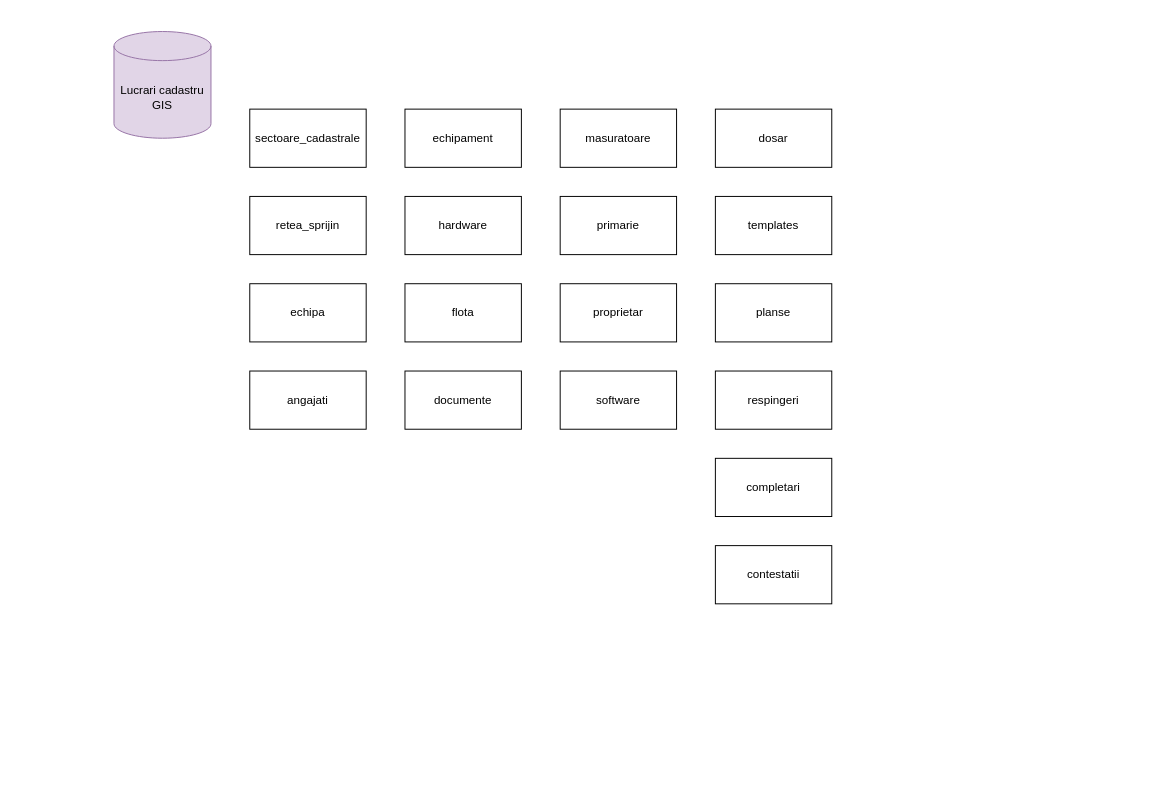
Above: page "Page-1" (1 of 2) of mode_abstract.drawio in karinaaa152/modelare_db (draw.io), before the change. Source tidied: cells renumbered, new cells numbered last; positions are measured from the earlier drawing's top-left corner, leaving out a move shared by most shapes. Both pictures are drawn from the tidied source at 97%, with x=0, y=0 at pixel (113, 31).
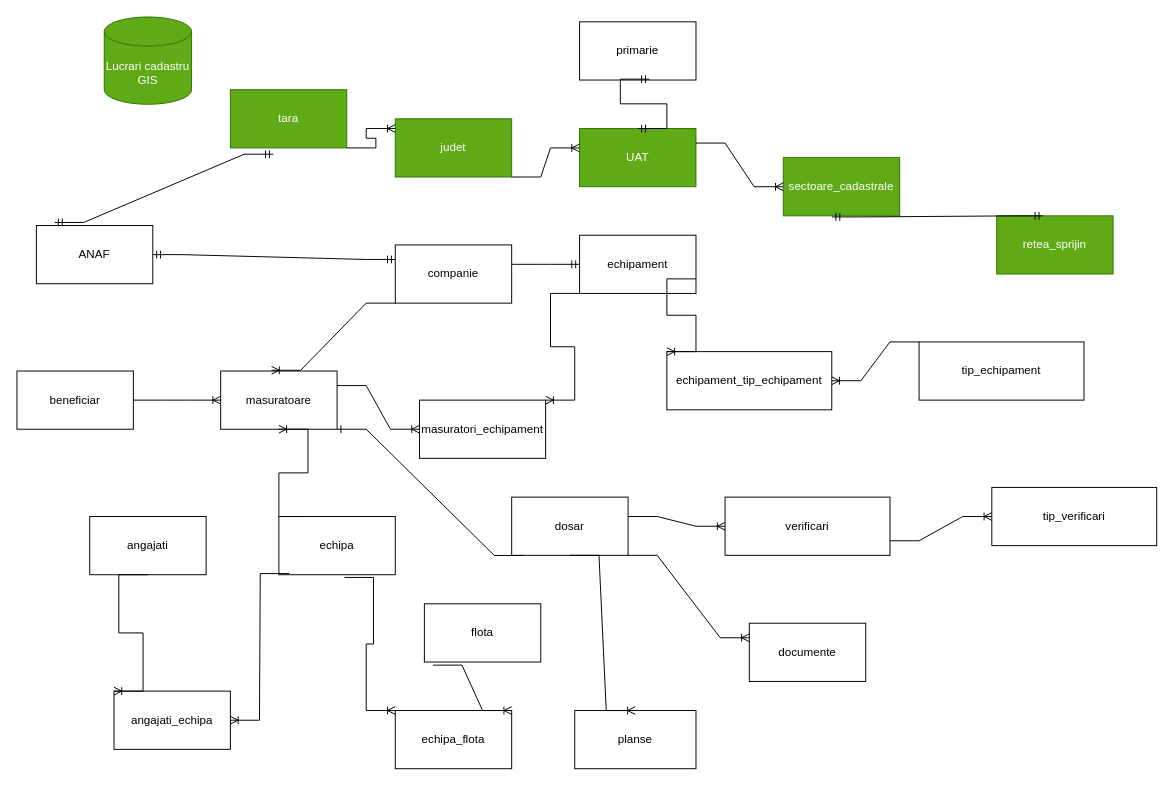
Above is the later version.

What changed in the source:
```diff
@@
-    <mxCell id="2" value="Lucrari cadastru&lt;br&gt;GIS" style="shape=cylinder3;whiteSpace=wrap;html=1;boundedLbl=1;backgroundOutline=1;size=15;fillColor=#e1d5e7;strokeColor=#9673a6;" parent="1" vertex="1">
-      <mxGeometry width="100" height="110" as="geometry" />
+    <mxCell id="2" value="Lucrari cadastru&lt;br&gt;GIS" style="shape=cylinder3;whiteSpace=wrap;html=1;boundedLbl=1;backgroundOutline=1;size=15;fillColor=#60a917;strokeColor=#2D7600;fontColor=#ffffff;" parent="1" vertex="1">
+      <mxGeometry x="-10" y="-15" width="90" height="90" as="geometry" />
     </mxCell>
-    <mxCell id="3" value="sectoare_cadastrale" style="rounded=0;whiteSpace=wrap;html=1;" parent="1" vertex="1">
-      <mxGeometry x="140" y="80" width="120" height="60" as="geometry" />
+    <mxCell id="3" value="sectoare_cadastrale" style="rounded=0;whiteSpace=wrap;html=1;fillColor=#60a917;strokeColor=#2D7600;fontColor=#ffffff;" parent="1" vertex="1">
+      <mxGeometry x="690" y="130" width="120" height="60" as="geometry" />
     </mxCell>
-    <mxCell id="4" value="retea_sprijin" style="rounded=0;whiteSpace=wrap;html=1;" parent="1" vertex="1">
-      <mxGeometry x="140" y="170" width="120" height="60" as="geometry" />
+    <mxCell id="4" value="retea_sprijin" style="rounded=0;whiteSpace=wrap;html=1;fillColor=#60a917;fontColor=#ffffff;strokeColor=#2D7600;" parent="1" vertex="1">
+      <mxGeometry x="910" y="190" width="120" height="60" as="geometry" />
     </mxCell>
     <mxCell id="5" value="echipa" style="rounded=0;whiteSpace=wrap;html=1;" parent="1" vertex="1">
-      <mxGeometry x="140" y="260" width="120" height="60" as="geometry" />
+      <mxGeometry x="170" y="500" width="120" height="60" as="geometry" />
     </mxCell>
-    <mxCell id="6" value="angajati" style="rounded=0;whiteSpace=wrap;html=1;" parent="1" vertex="1">
-      <mxGeometry x="140" y="350" width="120" height="60" as="geometry" />
-    </mxCell>
     <mxCell id="7" value="echipament" style="rounded=0;whiteSpace=wrap;html=1;" parent="1" vertex="1">
-      <mxGeometry x="300" y="80" width="120" height="60" as="geometry" />
+      <mxGeometry x="480" y="210" width="120" height="60" as="geometry" />
     </mxCell>
-    <mxCell id="8" value="hardware" style="rounded=0;whiteSpace=wrap;html=1;" parent="1" vertex="1">
-      <mxGeometry x="300" y="170" width="120" height="60" as="geometry" />
-    </mxCell>
     <mxCell id="9" value="flota" style="rounded=0;whiteSpace=wrap;html=1;" parent="1" vertex="1">
-      <mxGeometry x="300" y="260" width="120" height="60" as="geometry" />
+      <mxGeometry x="320" y="590" width="120" height="60" as="geometry" />
     </mxCell>
     <mxCell id="10" value="documente" style="rounded=0;whiteSpace=wrap;html=1;" parent="1" vertex="1">
-      <mxGeometry x="300" y="350" width="120" height="60" as="geometry" />
+      <mxGeometry x="655" y="610" width="120" height="60" as="geometry" />
     </mxCell>
     <mxCell id="11" value="masuratoare" style="rounded=0;whiteSpace=wrap;html=1;" parent="1" vertex="1">
-      <mxGeometry x="460" y="80" width="120" height="60" as="geometry" />
+      <mxGeometry x="110" y="350" width="120" height="60" as="geometry" />
     </mxCell>
-    <mxCell id="12" value="proprietar" style="rounded=0;whiteSpace=wrap;html=1;" parent="1" vertex="1">
-      <mxGeometry x="460" y="260" width="120" height="60" as="geometry" />
-    </mxCell>
     <mxCell id="13" value="primarie" style="rounded=0;whiteSpace=wrap;html=1;" parent="1" vertex="1">
-      <mxGeometry x="460" y="170" width="120" height="60" as="geometry" />
+      <mxGeometry x="480" y="-10" width="120" height="60" as="geometry" />
     </mxCell>
-    <mxCell id="14" value="software" style="rounded=0;whiteSpace=wrap;html=1;" parent="1" vertex="1">
-      <mxGeometry x="460" y="350" width="120" height="60" as="geometry" />
-    </mxCell>
     <mxCell id="15" value="dosar" style="rounded=0;whiteSpace=wrap;html=1;" parent="1" vertex="1">
-      <mxGeometry x="620" y="80" width="120" height="60" as="geometry" />
+      <mxGeometry x="410" y="480" width="120" height="60" as="geometry" />
     </mxCell>
-    <mxCell id="16" value="templates" style="rounded=0;whiteSpace=wrap;html=1;" parent="1" vertex="1">
-      <mxGeometry x="620" y="170" width="120" height="60" as="geometry" />
+    <mxCell id="16" value="angajati" style="rounded=0;whiteSpace=wrap;html=1;" parent="1" vertex="1">
+      <mxGeometry x="-25" y="500" width="120" height="60" as="geometry" />
     </mxCell>
     <mxCell id="17" value="planse" style="rounded=0;whiteSpace=wrap;html=1;" parent="1" vertex="1">
-      <mxGeometry x="620" y="260" width="120" height="60" as="geometry" />
+      <mxGeometry x="475" y="700" width="125" height="60" as="geometry" />
     </mxCell>
-    <mxCell id="18" value="respingeri" style="rounded=0;whiteSpace=wrap;html=1;" parent="1" vertex="1">
-      <mxGeometry x="620" y="350" width="120" height="60" as="geometry" />
-    </mxCell>
-    <mxCell id="19" value="completari" style="rounded=0;whiteSpace=wrap;html=1;" parent="1" vertex="1">
-      <mxGeometry x="620" y="440" width="120" height="60" as="geometry" />
-    </mxCell>
-    <mxCell id="20" value="contestatii" style="rounded=0;whiteSpace=wrap;html=1;" parent="1" vertex="1">
-      <mxGeometry x="620" y="530" width="120" height="60" as="geometry" />
-    </mxCell>
+    <mxCell id="21" value="UAT" style="rounded=0;whiteSpace=wrap;html=1;fillColor=#60a917;fontColor=#ffffff;strokeColor=#2D7600;" parent="1" vertex="1">
+      <mxGeometry x="480" y="100" width="120" height="60" as="geometry" />
+    </mxCell>
+    <mxCell id="22" value="judet" style="rounded=0;whiteSpace=wrap;html=1;fillColor=#60a917;fontColor=#ffffff;strokeColor=#2D7600;" parent="1" vertex="1">
+      <mxGeometry x="290" y="90" width="120" height="60" as="geometry" />
+    </mxCell>
+    <mxCell id="23" value="tara" style="rounded=0;whiteSpace=wrap;html=1;fillColor=#60a917;fontColor=#ffffff;strokeColor=#2D7600;" parent="1" vertex="1">
+      <mxGeometry x="120" y="60" width="120" height="60" as="geometry" />
+    </mxCell>
+    <mxCell id="24" style="edgeStyle=entityRelationEdgeStyle;fontSize=12;html=1;endArrow=ERoneToMany;rounded=0;exitX=1;exitY=1;exitDx=0;exitDy=0;" parent="1" edge="1" source="23">
+      <mxGeometry relative="1" as="geometry">
+        <mxPoint x="290" y="100" as="targetPoint" />
+        <Array as="points">
+          <mxPoint x="100" y="-20" />
+        </Array>
+      </mxGeometry>
+    </mxCell>
+    <mxCell id="25" style="edgeStyle=entityRelationEdgeStyle;fontSize=12;html=1;endArrow=ERoneToMany;rounded=0;exitX=1;exitY=1;exitDx=0;exitDy=0;" parent="1" edge="1" source="22">
+      <mxGeometry relative="1" as="geometry">
+        <mxPoint x="480" y="120" as="targetPoint" />
+        <Array as="points">
+          <mxPoint x="460" y="60" />
+        </Array>
+      </mxGeometry>
+    </mxCell>
+    <mxCell id="26" style="edgeStyle=entityRelationEdgeStyle;fontSize=12;html=1;endArrow=ERoneToMany;rounded=0;exitX=1;exitY=0.25;exitDx=0;exitDy=0;" parent="1" edge="1" source="21">
+      <mxGeometry relative="1" as="geometry">
+        <mxPoint x="690" y="160" as="targetPoint" />
+        <Array as="points">
+          <mxPoint x="850" y="140" />
+          <mxPoint x="850" y="130" />
+        </Array>
+      </mxGeometry>
+    </mxCell>
+    <mxCell id="27" value="companie" style="rounded=0;whiteSpace=wrap;html=1;" parent="1" vertex="1">
+      <mxGeometry x="290" y="220" width="120" height="60" as="geometry" />
+    </mxCell>
+    <mxCell id="28" value="ANAF" style="rounded=0;whiteSpace=wrap;html=1;" parent="1" vertex="1">
+      <mxGeometry x="-80" y="200" width="120" height="60" as="geometry" />
+    </mxCell>
+    <mxCell id="29" style="edgeStyle=entityRelationEdgeStyle;fontSize=12;html=1;endArrow=ERmandOne;rounded=0;entryX=0;entryY=0.5;entryDx=0;entryDy=0;" parent="1" edge="1" target="7">
+      <mxGeometry relative="1" as="geometry">
+        <mxPoint x="410" y="240" as="sourcePoint" />
+        <Array as="points">
+          <mxPoint x="460" y="240" />
+          <mxPoint x="450" y="250" />
+        </Array>
+      </mxGeometry>
+    </mxCell>
+    <mxCell id="30" style="edgeStyle=entityRelationEdgeStyle;fontSize=12;html=1;endArrow=ERoneToMany;rounded=0;entryX=0.437;entryY=-0.013;entryDx=0;entryDy=0;entryPerimeter=0;exitX=0;exitY=1;exitDx=0;exitDy=0;" parent="1" edge="1" source="27" target="11">
+      <mxGeometry relative="1" as="geometry" />
+    </mxCell>
+    <mxCell id="31" value="masuratori_echipament" style="rounded=0;whiteSpace=wrap;html=1;" parent="1" vertex="1">
+      <mxGeometry x="315" y="380" width="130" height="60" as="geometry" />
+    </mxCell>
+    <mxCell id="32" style="edgeStyle=entityRelationEdgeStyle;fontSize=12;html=1;endArrow=ERoneToMany;rounded=0;entryX=0;entryY=0.5;entryDx=0;entryDy=0;exitX=1;exitY=0.25;exitDx=0;exitDy=0;" parent="1" edge="1" source="11" target="31">
+      <mxGeometry relative="1" as="geometry" />
+    </mxCell>
+    <mxCell id="33" style="edgeStyle=entityRelationEdgeStyle;fontSize=12;html=1;endArrow=ERoneToMany;rounded=0;entryX=1;entryY=0;entryDx=0;entryDy=0;exitX=0;exitY=1;exitDx=0;exitDy=0;" parent="1" edge="1" source="7" target="31">
+      <mxGeometry relative="1" as="geometry">
+        <Array as="points">
+          <mxPoint x="420" y="340" />
+          <mxPoint x="420" y="340" />
+        </Array>
+      </mxGeometry>
+    </mxCell>
+    <mxCell id="34" value="angajati_echipa" style="rounded=0;whiteSpace=wrap;html=1;" parent="1" vertex="1">
+      <mxGeometry y="680" width="120" height="60" as="geometry" />
+    </mxCell>
+    <mxCell id="35" style="edgeStyle=entityRelationEdgeStyle;fontSize=12;html=1;endArrow=ERoneToMany;rounded=0;entryX=0.5;entryY=1;entryDx=0;entryDy=0;exitX=0.25;exitY=0;exitDx=0;exitDy=0;" parent="1" edge="1" source="5" target="11">
+      <mxGeometry relative="1" as="geometry" />
+    </mxCell>
+    <mxCell id="36" style="edgeStyle=entityRelationEdgeStyle;fontSize=12;html=1;endArrow=ERoneToMany;rounded=0;exitX=0.5;exitY=1;exitDx=0;exitDy=0;entryX=0;entryY=0;entryDx=0;entryDy=0;" parent="1" edge="1" source="16" target="34">
+      <mxGeometry relative="1" as="geometry" />
+    </mxCell>
+    <mxCell id="37" style="edgeStyle=entityRelationEdgeStyle;fontSize=12;html=1;endArrow=ERoneToMany;rounded=0;exitX=0.09;exitY=0.98;exitDx=0;exitDy=0;exitPerimeter=0;entryX=1;entryY=0.5;entryDx=0;entryDy=0;" parent="1" edge="1" source="5" target="34">
+      <mxGeometry relative="1" as="geometry">
+        <Array as="points">
+          <mxPoint x="190" y="619" />
+        </Array>
+      </mxGeometry>
+    </mxCell>
+    <mxCell id="38" value="echipa_flota" style="rounded=0;whiteSpace=wrap;html=1;" parent="1" vertex="1">
+      <mxGeometry x="290" y="700" width="120" height="60" as="geometry" />
+    </mxCell>
+    <mxCell id="39" style="edgeStyle=entityRelationEdgeStyle;fontSize=12;html=1;endArrow=ERoneToMany;rounded=0;entryX=0;entryY=0;entryDx=0;entryDy=0;exitX=0.563;exitY=1.047;exitDx=0;exitDy=0;exitPerimeter=0;" parent="1" edge="1" source="5" target="38">
+      <mxGeometry relative="1" as="geometry" />
+    </mxCell>
+    <mxCell id="40" style="edgeStyle=entityRelationEdgeStyle;fontSize=12;html=1;endArrow=ERoneToMany;rounded=0;entryX=1;entryY=0;entryDx=0;entryDy=0;exitX=0.073;exitY=1.053;exitDx=0;exitDy=0;exitPerimeter=0;" parent="1" edge="1" source="9" target="38">
+      <mxGeometry relative="1" as="geometry" />
+    </mxCell>
+    <mxCell id="41" style="edgeStyle=entityRelationEdgeStyle;fontSize=12;html=1;endArrow=ERmandOne;startArrow=ERmandOne;rounded=0;entryX=0.419;entryY=1.019;entryDx=0;entryDy=0;entryPerimeter=0;exitX=0.397;exitY=0.001;exitDx=0;exitDy=0;exitPerimeter=0;" parent="1" edge="1" source="4" target="3">
+      <mxGeometry relative="1" as="geometry" />
+    </mxCell>
+    <mxCell id="42" style="edgeStyle=entityRelationEdgeStyle;fontSize=12;html=1;endArrow=ERmandOne;startArrow=ERmandOne;rounded=0;entryX=0.369;entryY=1.108;entryDx=0;entryDy=0;entryPerimeter=0;exitX=0.156;exitY=-0.052;exitDx=0;exitDy=0;exitPerimeter=0;" parent="1" edge="1" source="28" target="23">
+      <mxGeometry relative="1" as="geometry" />
+    </mxCell>
+    <mxCell id="43" style="edgeStyle=entityRelationEdgeStyle;fontSize=12;html=1;endArrow=ERmandOne;startArrow=ERmandOne;rounded=0;entryX=0.6;entryY=0.985;entryDx=0;entryDy=0;entryPerimeter=0;exitX=0.5;exitY=0;exitDx=0;exitDy=0;" parent="1" edge="1" source="21" target="13">
+      <mxGeometry relative="1" as="geometry" />
+    </mxCell>
+    <mxCell id="44" value="beneficiar" style="rounded=0;whiteSpace=wrap;html=1;" parent="1" vertex="1">
+      <mxGeometry x="-100" y="350" width="120" height="60" as="geometry" />
+    </mxCell>
+    <mxCell id="45" style="edgeStyle=entityRelationEdgeStyle;fontSize=12;html=1;endArrow=ERoneToMany;rounded=0;exitX=1;exitY=0.5;exitDx=0;exitDy=0;entryX=0;entryY=0.5;entryDx=0;entryDy=0;" parent="1" edge="1" source="44" target="11">
+      <mxGeometry relative="1" as="geometry" />
+    </mxCell>
+    <mxCell id="46" value="echipament_tip_echipament" style="rounded=0;whiteSpace=wrap;html=1;" parent="1" vertex="1">
+      <mxGeometry x="570" y="330" width="170" height="60" as="geometry" />
+    </mxCell>
+    <mxCell id="47" value="tip_echipament" style="rounded=0;whiteSpace=wrap;html=1;" parent="1" vertex="1">
+      <mxGeometry x="830" y="320" width="170" height="60" as="geometry" />
+    </mxCell>
+    <mxCell id="48" style="edgeStyle=entityRelationEdgeStyle;fontSize=12;html=1;endArrow=ERoneToMany;rounded=0;entryX=0;entryY=0;entryDx=0;entryDy=0;exitX=1;exitY=0.75;exitDx=0;exitDy=0;" parent="1" edge="1" source="7" target="46">
+      <mxGeometry relative="1" as="geometry" />
+    </mxCell>
+    <mxCell id="49" style="edgeStyle=entityRelationEdgeStyle;fontSize=12;html=1;endArrow=ERoneToMany;rounded=0;entryX=1;entryY=0.5;entryDx=0;entryDy=0;exitX=0;exitY=0;exitDx=0;exitDy=0;" parent="1" edge="1" source="47" target="46">
+      <mxGeometry relative="1" as="geometry" />
+    </mxCell>
+    <mxCell id="50" value="verificari" style="rounded=0;whiteSpace=wrap;html=1;" parent="1" vertex="1">
+      <mxGeometry x="630" y="480" width="170" height="60" as="geometry" />
+    </mxCell>
+    <mxCell id="51" style="edgeStyle=entityRelationEdgeStyle;fontSize=12;html=1;endArrow=ERmandOne;startArrow=ERmandOne;rounded=0;exitX=1;exitY=0.5;exitDx=0;exitDy=0;entryX=0;entryY=0.25;entryDx=0;entryDy=0;" parent="1" edge="1" source="28" target="27">
+      <mxGeometry relative="1" as="geometry" />
+    </mxCell>
+    <mxCell id="52" style="edgeStyle=entityRelationEdgeStyle;fontSize=12;html=1;endArrow=ERone;endFill=1;rounded=0;entryX=1;entryY=1;entryDx=0;entryDy=0;exitX=0.101;exitY=1.003;exitDx=0;exitDy=0;exitPerimeter=0;" parent="1" edge="1" source="15" target="11">
+      <mxGeometry relative="1" as="geometry" />
+    </mxCell>
+    <mxCell id="53" value="tip_verificari" style="rounded=0;whiteSpace=wrap;html=1;" parent="1" vertex="1">
+      <mxGeometry x="905" y="470" width="170" height="60" as="geometry" />
+    </mxCell>
+    <mxCell id="54" style="edgeStyle=entityRelationEdgeStyle;fontSize=12;html=1;endArrow=ERoneToMany;rounded=0;entryX=0;entryY=0.5;entryDx=0;entryDy=0;" parent="1" edge="1" target="50">
+      <mxGeometry relative="1" as="geometry">
+        <mxPoint x="530" y="500" as="sourcePoint" />
+      </mxGeometry>
+    </mxCell>
+    <mxCell id="55" style="edgeStyle=entityRelationEdgeStyle;fontSize=12;html=1;endArrow=ERoneToMany;rounded=0;entryX=0;entryY=0.5;entryDx=0;entryDy=0;exitX=1;exitY=0.75;exitDx=0;exitDy=0;" parent="1" edge="1" source="50" target="53">
+      <mxGeometry relative="1" as="geometry" />
+    </mxCell>
+    <mxCell id="56" style="edgeStyle=entityRelationEdgeStyle;fontSize=12;html=1;endArrow=ERoneToMany;rounded=0;exitX=1;exitY=1;exitDx=0;exitDy=0;entryX=0;entryY=0.25;entryDx=0;entryDy=0;" parent="1" edge="1" source="15" target="10">
+      <mxGeometry relative="1" as="geometry">
+        <Array as="points">
+          <mxPoint x="500" y="540" />
+        </Array>
+      </mxGeometry>
+    </mxCell>
+    <mxCell id="57" style="edgeStyle=entityRelationEdgeStyle;fontSize=12;html=1;endArrow=ERoneToMany;rounded=0;entryX=0.5;entryY=0;entryDx=0;entryDy=0;exitX=0.5;exitY=1;exitDx=0;exitDy=0;" parent="1" edge="1" source="15" target="17">
+      <mxGeometry relative="1" as="geometry" />
+    </mxCell>
```
